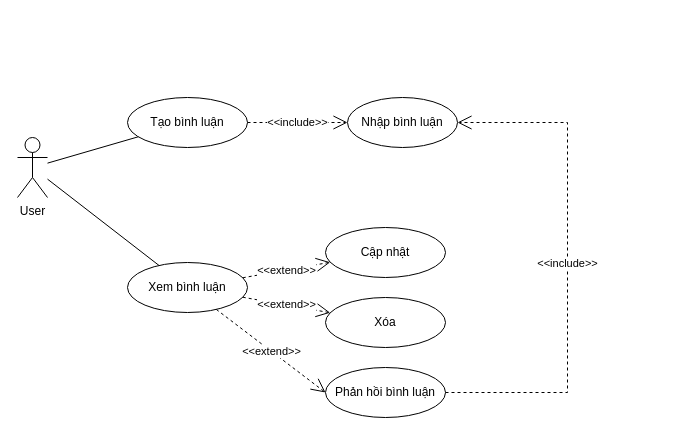
Earlier version of the draw.io diagram BlogProject/BlogProject/BinhLuanUseCase.drawio (TranThanhHoang123/Blog). Source tidied: cells renumbered, new cells numbered last; positions are measured from the earlier drawing's top-left corner, leaving out a move shared by most shapes. Both pictures are drawn from the tidied source at 100%, with x=0, y=0 at pixel (17, 97).
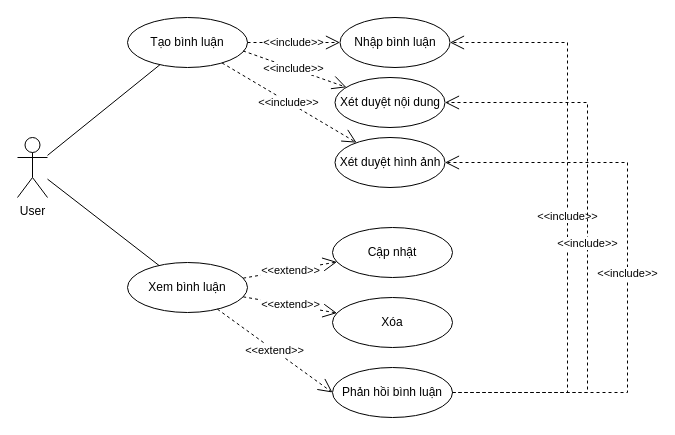
Above is the later version.

Diff of the diagram source:
```diff
@@
     <mxCell id="4" value="Tạo bình luận" style="ellipse;whiteSpace=wrap;html=1;" parent="1" vertex="1">
-      <mxGeometry x="110" width="120" height="50" as="geometry" />
+      <mxGeometry x="110" y="-80" width="120" height="50" as="geometry" />
     </mxCell>
     <mxCell id="5" value="Nhập bình luận" style="ellipse;whiteSpace=wrap;html=1;" parent="1" vertex="1">
-      <mxGeometry x="330" width="110" height="50" as="geometry" />
+      <mxGeometry x="322.5" y="-80" width="110" height="50" as="geometry" />
     </mxCell>
     <mxCell id="6" value="&amp;lt;&amp;lt;include&amp;gt;&amp;gt;" style="endArrow=open;endSize=12;dashed=1;html=1;rounded=0;strokeColor=default;align=center;verticalAlign=middle;fontFamily=Helvetica;fontSize=11;fontColor=default;labelBackgroundColor=default;edgeStyle=none;" parent="1" edge="1" source="4" target="5">
-      <mxGeometry relative="1" as="geometry" />
+      <mxGeometry x="-0.01" relative="1" as="geometry" />
     </mxCell>
     <mxCell id="7" value="Cập nhật" style="ellipse;whiteSpace=wrap;html=1;" parent="1" vertex="1">
-      <mxGeometry x="308" y="130" width="120" height="50" as="geometry" />
+      <mxGeometry x="315" y="130" width="120" height="50" as="geometry" />
     </mxCell>
     <mxCell id="8" value="Xóa" style="ellipse;whiteSpace=wrap;html=1;" parent="1" vertex="1">
-      <mxGeometry x="308" y="200" width="120" height="50" as="geometry" />
+      <mxGeometry x="315" y="200" width="120" height="50" as="geometry" />
     </mxCell>
@@
     <mxCell id="13" value="Phản hồi bình luận" style="ellipse;whiteSpace=wrap;html=1;" parent="1" vertex="1">
-      <mxGeometry x="308" y="270" width="120" height="50" as="geometry" />
+      <mxGeometry x="315" y="270" width="120" height="50" as="geometry" />
     </mxCell>
@@
     <mxCell id="15" value="&amp;lt;&amp;lt;include&amp;gt;&amp;gt;" style="endArrow=open;endSize=12;dashed=1;html=1;rounded=0;strokeColor=default;align=center;verticalAlign=middle;fontFamily=Helvetica;fontSize=11;fontColor=default;labelBackgroundColor=default;edgeStyle=none;" parent="1" edge="1" source="13" target="5">
       <mxGeometry relative="1" as="geometry">
         <Array as="points">
           <mxPoint x="550" y="295" />
-          <mxPoint x="550" y="25" />
+          <mxPoint x="550" y="-55" />
         </Array>
       </mxGeometry>
     </mxCell>
+    <mxCell id="16" value="Xét duyệt nội dung" style="ellipse;whiteSpace=wrap;html=1;" parent="1" vertex="1">
+      <mxGeometry x="317.5" y="-20" width="110" height="50" as="geometry" />
+    </mxCell>
+    <mxCell id="17" value="Xét duyệt hình ảnh" style="ellipse;whiteSpace=wrap;html=1;" parent="1" vertex="1">
+      <mxGeometry x="317.5" y="40" width="110" height="50" as="geometry" />
+    </mxCell>
+    <mxCell id="18" value="&amp;lt;&amp;lt;include&amp;gt;&amp;gt;" style="endArrow=open;endSize=12;dashed=1;html=1;rounded=0;strokeColor=default;align=center;verticalAlign=middle;fontFamily=Helvetica;fontSize=11;fontColor=default;labelBackgroundColor=default;edgeStyle=none;exitX=0.963;exitY=0.668;exitDx=0;exitDy=0;exitPerimeter=0;" parent="1" edge="1" source="4" target="16">
+      <mxGeometry x="-0.01" relative="1" as="geometry" />
+    </mxCell>
+    <mxCell id="19" value="&amp;lt;&amp;lt;include&amp;gt;&amp;gt;" style="endArrow=open;endSize=12;dashed=1;html=1;rounded=0;strokeColor=default;align=center;verticalAlign=middle;fontFamily=Helvetica;fontSize=11;fontColor=default;labelBackgroundColor=default;edgeStyle=none;" parent="1" edge="1" source="4" target="17">
+      <mxGeometry x="-0.01" relative="1" as="geometry" />
+    </mxCell>
+    <mxCell id="20" value="&amp;lt;&amp;lt;include&amp;gt;&amp;gt;" style="endArrow=open;endSize=12;dashed=1;html=1;rounded=0;strokeColor=default;align=center;verticalAlign=middle;fontFamily=Helvetica;fontSize=11;fontColor=default;labelBackgroundColor=default;edgeStyle=none;" parent="1" edge="1" source="13" target="16">
+      <mxGeometry relative="1" as="geometry">
+        <Array as="points">
+          <mxPoint x="570" y="295" />
+          <mxPoint x="570" y="5" />
+        </Array>
+      </mxGeometry>
+    </mxCell>
+    <mxCell id="21" value="&amp;lt;&amp;lt;include&amp;gt;&amp;gt;" style="endArrow=open;endSize=12;dashed=1;html=1;rounded=0;strokeColor=default;align=center;verticalAlign=middle;fontFamily=Helvetica;fontSize=11;fontColor=default;labelBackgroundColor=default;edgeStyle=none;" parent="1" edge="1" source="13" target="17">
+      <mxGeometry relative="1" as="geometry">
+        <Array as="points">
+          <mxPoint x="610" y="295" />
+          <mxPoint x="610" y="65" />
+        </Array>
+      </mxGeometry>
+    </mxCell>
```
